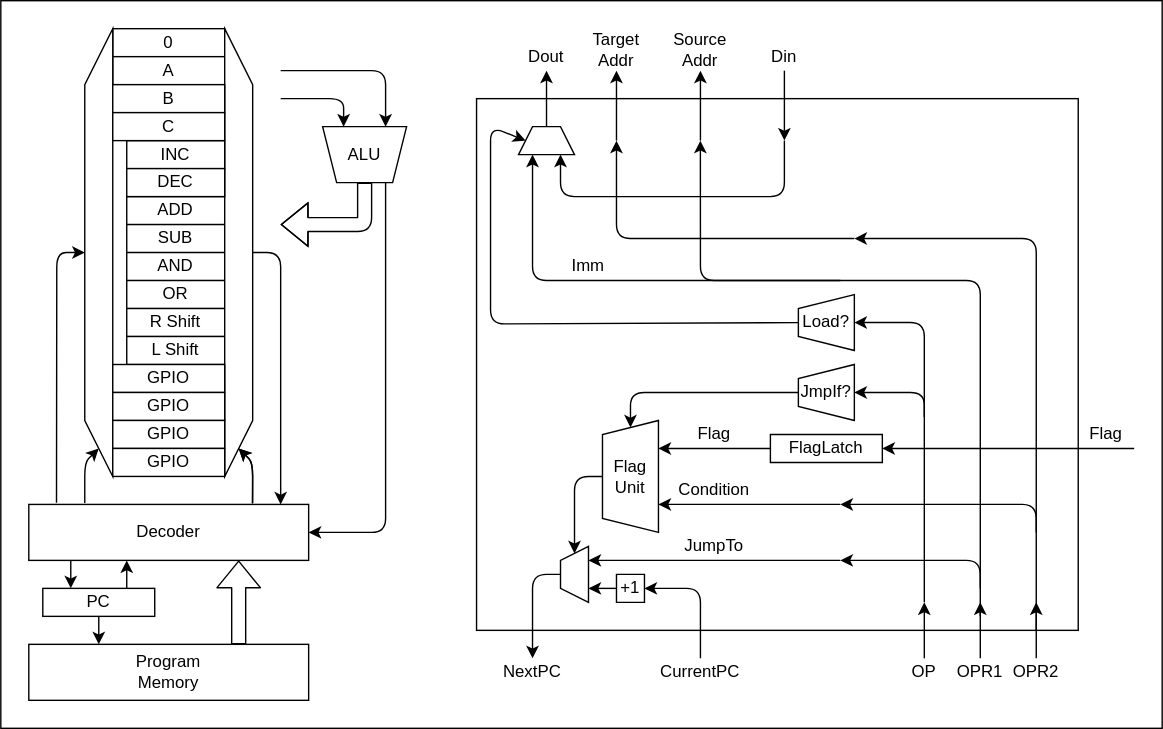
Next-MICON/Next-MOCON.github.io keeps this draw.io diagram as RelayComputer/img/circuit.drawio.svg. Above is the earlier version. Source tidied: cells renumbered, new cells last; positions are measured from the earlier drawing's top-left corner, leaving out a move shared by most shapes.
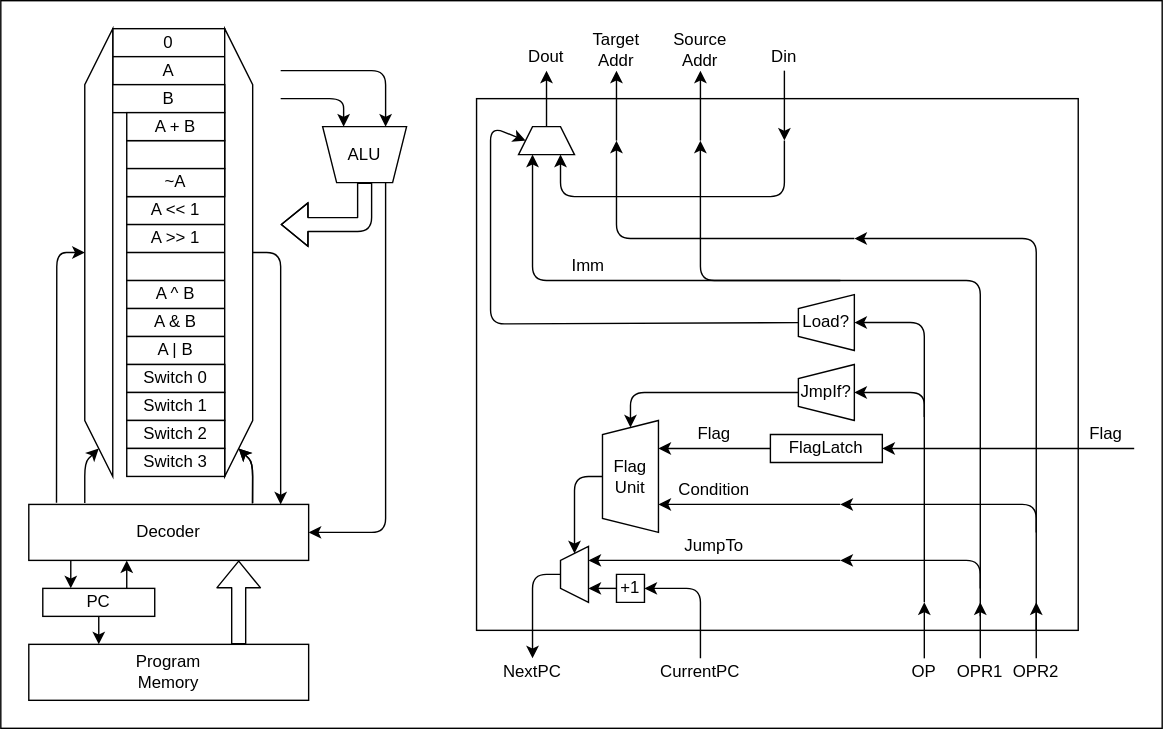
Later version of the same file.

Diff of the diagram source:
```diff
@@ -20,22 +20,22 @@
     <mxCell id="7" value="A" style="rounded=0;whiteSpace=wrap;html=1;" parent="1" vertex="1">
       <mxGeometry x="80" y="40" width="80" height="20" as="geometry" />
     </mxCell>
-    <mxCell id="8" value="ADD" style="rounded=0;whiteSpace=wrap;html=1;" parent="1" vertex="1">
+    <mxCell id="8" value="A &amp;lt;&amp;lt; 1" style="rounded=0;whiteSpace=wrap;html=1;" parent="1" vertex="1">
       <mxGeometry x="90" y="140" width="70" height="20" as="geometry" />
     </mxCell>
-    <mxCell id="9" value="SUB" style="rounded=0;whiteSpace=wrap;html=1;" parent="1" vertex="1">
+    <mxCell id="9" value="A &amp;gt;&amp;gt; 1" style="rounded=0;whiteSpace=wrap;html=1;" parent="1" vertex="1">
       <mxGeometry x="90" y="160" width="70" height="20" as="geometry" />
     </mxCell>
     <mxCell id="10" value="ALU" style="shape=trapezoid;perimeter=trapezoidPerimeter;whiteSpace=wrap;html=1;fixedSize=1;direction=west;size=9.999999999999886;" parent="1" vertex="1">
       <mxGeometry x="230" y="90" width="60" height="40" as="geometry" />
     </mxCell>
-    <mxCell id="11" value="AND" style="rounded=0;whiteSpace=wrap;html=1;" parent="1" vertex="1">
+    <mxCell id="11" style="rounded=0;whiteSpace=wrap;html=1;" parent="1" vertex="1">
       <mxGeometry x="90" y="180" width="70" height="20" as="geometry" />
     </mxCell>
-    <mxCell id="12" value="OR" style="rounded=0;whiteSpace=wrap;html=1;" parent="1" vertex="1">
+    <mxCell id="12" value="A ^ B" style="rounded=0;whiteSpace=wrap;html=1;" parent="1" vertex="1">
       <mxGeometry x="90" y="200" width="70" height="20" as="geometry" />
     </mxCell>
-    <mxCell id="13" value="R Shift" style="rounded=0;whiteSpace=wrap;html=1;" parent="1" vertex="1">
+    <mxCell id="13" value="A &amp;amp; B" style="rounded=0;whiteSpace=wrap;html=1;" parent="1" vertex="1">
       <mxGeometry x="90" y="220" width="70" height="20" as="geometry" />
     </mxCell>
     <mxCell id="14" style="endArrow=classic;html=1;entryX=0.25;entryY=1;entryDx=0;entryDy=0;" parent="1" edge="1" target="10">
@@ -62,7 +62,7 @@
         </Array>
       </mxGeometry>
     </mxCell>
-    <mxCell id="17" value="L Shift" style="rounded=0;whiteSpace=wrap;html=1;" parent="1" vertex="1">
+    <mxCell id="17" value="A | B" style="rounded=0;whiteSpace=wrap;html=1;" parent="1" vertex="1">
       <mxGeometry x="90" y="240" width="70" height="20" as="geometry" />
     </mxCell>
     <mxCell id="18" style="shape=trapezoid;perimeter=trapezoidPerimeter;whiteSpace=wrap;html=1;fixedSize=1;direction=south;size=40;" parent="1" vertex="1">
@@ -95,29 +95,29 @@
         </Array>
       </mxGeometry>
     </mxCell>
-    <mxCell id="24" value="GPIO" style="rounded=0;whiteSpace=wrap;html=1;" parent="1" vertex="1">
-      <mxGeometry x="80" y="260" width="80" height="20" as="geometry" />
+    <mxCell id="24" value="Switch 0" style="rounded=0;whiteSpace=wrap;html=1;" parent="1" vertex="1">
+      <mxGeometry x="90" y="260" width="70" height="20" as="geometry" />
     </mxCell>
-    <mxCell id="25" value="INC" style="rounded=0;whiteSpace=wrap;html=1;" parent="1" vertex="1">
+    <mxCell id="25" style="rounded=0;whiteSpace=wrap;html=1;" parent="1" vertex="1">
       <mxGeometry x="90" y="100" width="70" height="20" as="geometry" />
     </mxCell>
-    <mxCell id="26" value="DEC" style="rounded=0;whiteSpace=wrap;html=1;" parent="1" vertex="1">
+    <mxCell id="26" value="~A" style="rounded=0;whiteSpace=wrap;html=1;" parent="1" vertex="1">
       <mxGeometry x="90" y="120" width="70" height="20" as="geometry" />
     </mxCell>
-    <mxCell id="27" value="GPIO" style="rounded=0;whiteSpace=wrap;html=1;" parent="1" vertex="1">
-      <mxGeometry x="80" y="280" width="80" height="20" as="geometry" />
+    <mxCell id="27" value="Switch 1" style="rounded=0;whiteSpace=wrap;html=1;" parent="1" vertex="1">
+      <mxGeometry x="90" y="280" width="70" height="20" as="geometry" />
     </mxCell>
-    <mxCell id="28" value="GPIO" style="rounded=0;whiteSpace=wrap;html=1;" parent="1" vertex="1">
-      <mxGeometry x="80" y="300" width="80" height="20" as="geometry" />
+    <mxCell id="28" value="Switch 2" style="rounded=0;whiteSpace=wrap;html=1;" parent="1" vertex="1">
+      <mxGeometry x="90" y="300" width="70" height="20" as="geometry" />
     </mxCell>
-    <mxCell id="29" value="GPIO" style="rounded=0;whiteSpace=wrap;html=1;" parent="1" vertex="1">
-      <mxGeometry x="80" y="320" width="80" height="20" as="geometry" />
+    <mxCell id="29" value="Switch 3" style="rounded=0;whiteSpace=wrap;html=1;" parent="1" vertex="1">
+      <mxGeometry x="90" y="320" width="70" height="20" as="geometry" />
     </mxCell>
     <mxCell id="30" value="B" style="rounded=0;whiteSpace=wrap;html=1;" parent="1" vertex="1">
       <mxGeometry x="80" y="60" width="80" height="20" as="geometry" />
     </mxCell>
-    <mxCell id="31" value="C" style="rounded=0;whiteSpace=wrap;html=1;" parent="1" vertex="1">
-      <mxGeometry x="80" y="80" width="80" height="20" as="geometry" />
+    <mxCell id="31" value="A + B" style="rounded=0;whiteSpace=wrap;html=1;" parent="1" vertex="1">
+      <mxGeometry x="90" y="80" width="70" height="20" as="geometry" />
     </mxCell>
     <mxCell id="32" style="endArrow=classic;html=1;exitX=0.5;exitY=0;exitDx=0;exitDy=0;" parent="1" edge="1" source="18">
       <mxGeometry relative="1" as="geometry">
```
